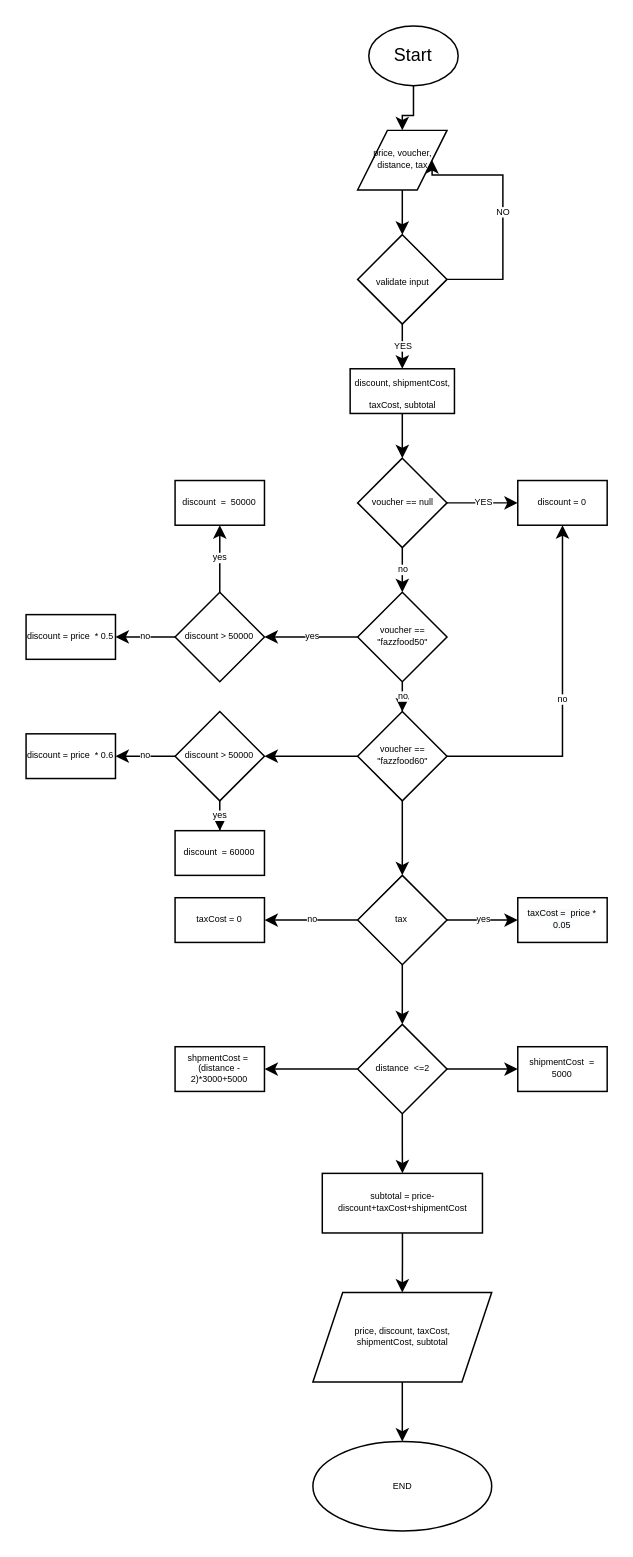
mindkeeper/code-implementation keeps this draw.io diagram as fazzFood.drawio. Above is the earlier version. Source tidied: cells renumbered, new cells numbered last; positions are measured from the earlier drawing's top-left corner, leaving out a move shared by most shapes. Both pictures are drawn from the tidied source at 149%, with x=0, y=0 at pixel (25, 25).
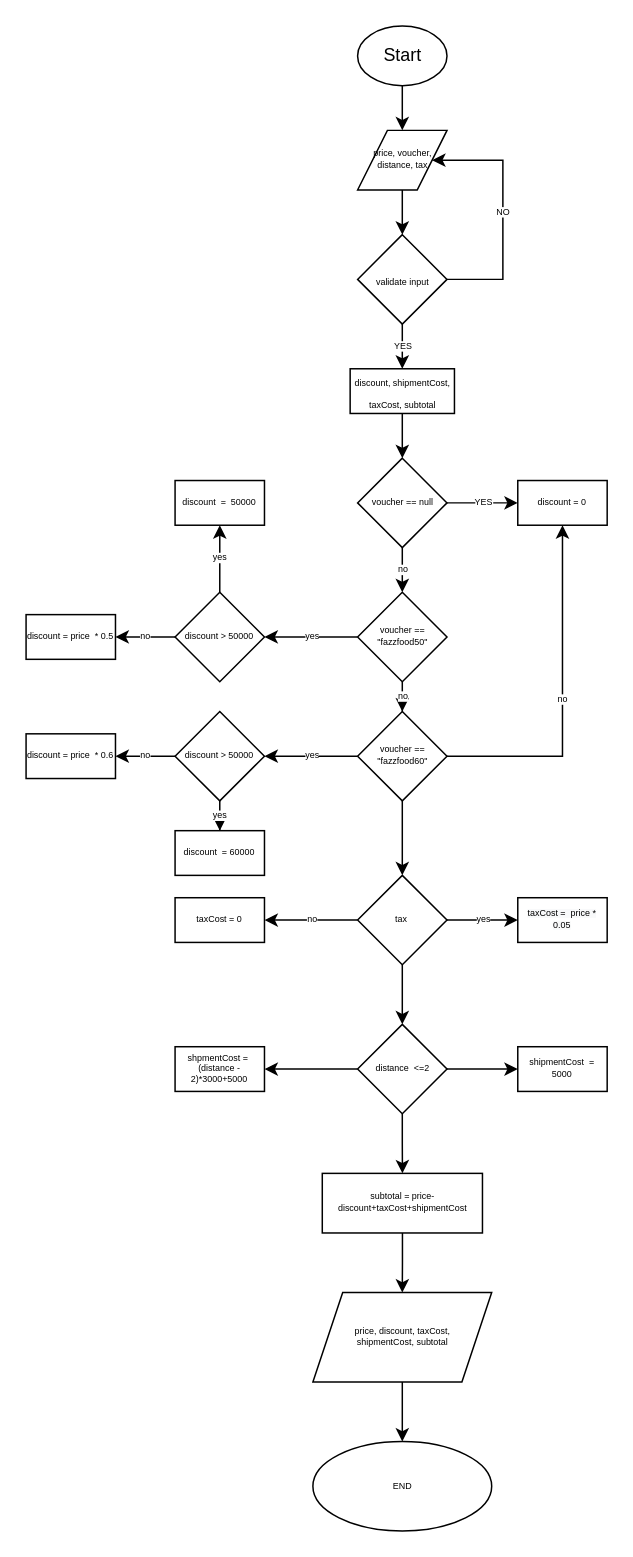
The same diagram, later.

Commit message:
arrow yes if voucher found, belum paham caranya jika diskon tidak ditemukan

Unchanged cells that the change refers to:
```xml
<mxCell id="5" value="&lt;font style=&quot;font-size: 6px;&quot;&gt;price, voucher, distance, tax&lt;/font&gt;" style="shape=parallelogram;perimeter=parallelogramPerimeter;whiteSpace=wrap;html=1;fixedSize=1;fontSize=6;" parent="1" vertex="1">
  <mxGeometry x="222.5" y="70" width="60" height="40" as="geometry" />
</mxCell>
<mxCell id="8" value="&lt;font style=&quot;font-size: 6px;&quot;&gt;validate input&lt;/font&gt;" style="rhombus;whiteSpace=wrap;html=1;" parent="1" vertex="1">
  <mxGeometry x="222.5" y="140" width="60" height="60" as="geometry" />
</mxCell>
<mxCell id="18" value="voucher == &quot;fazzfood60&quot;" style="rhombus;whiteSpace=wrap;html=1;fontSize=6;" parent="1" vertex="1">
  <mxGeometry x="222.5" y="460" width="60" height="60" as="geometry" />
</mxCell>
<mxCell id="29" value="discount &amp;gt; 50000" style="rhombus;whiteSpace=wrap;html=1;fontSize=6;" parent="1" vertex="1">
  <mxGeometry x="100" y="460" width="60" height="60" as="geometry" />
</mxCell>
```

The edit, as a diff of the source:
```diff
@@
     <mxCell id="3" value="Start" style="ellipse;whiteSpace=wrap;html=1;" parent="1" vertex="1">
-      <mxGeometry x="230" width="60" height="40" as="geometry" />
+      <mxGeometry x="222.5" width="60" height="40" as="geometry" />
     </mxCell>
@@
     <mxCell id="7" value="NO" style="edgeStyle=orthogonalEdgeStyle;rounded=0;jettySize=auto;html=1;entryX=1;entryY=0.5;entryDx=0;entryDy=0;fontSize=6;exitX=1;exitY=0.5;exitDx=0;exitDy=0;" parent="1" edge="1" source="8" target="5">
       <mxGeometry relative="1" as="geometry">
         <Array as="points">
           <mxPoint x="320" y="170" />
-          <mxPoint x="320" y="100" />
-          <mxPoint x="272" y="100" />
+          <mxPoint x="320" y="90" />
         </Array>
       </mxGeometry>
     </mxCell>
@@
-    <mxCell id="16" style="edgeStyle=orthogonalEdgeStyle;rounded=0;jettySize=auto;html=1;fontSize=6;" parent="1" edge="1" source="18" target="29">
+    <mxCell id="16" value="yes" style="edgeStyle=orthogonalEdgeStyle;rounded=0;jettySize=auto;html=1;fontSize=6;" parent="1" edge="1" source="18" target="29">
       <mxGeometry relative="1" as="geometry" />
     </mxCell>
```
